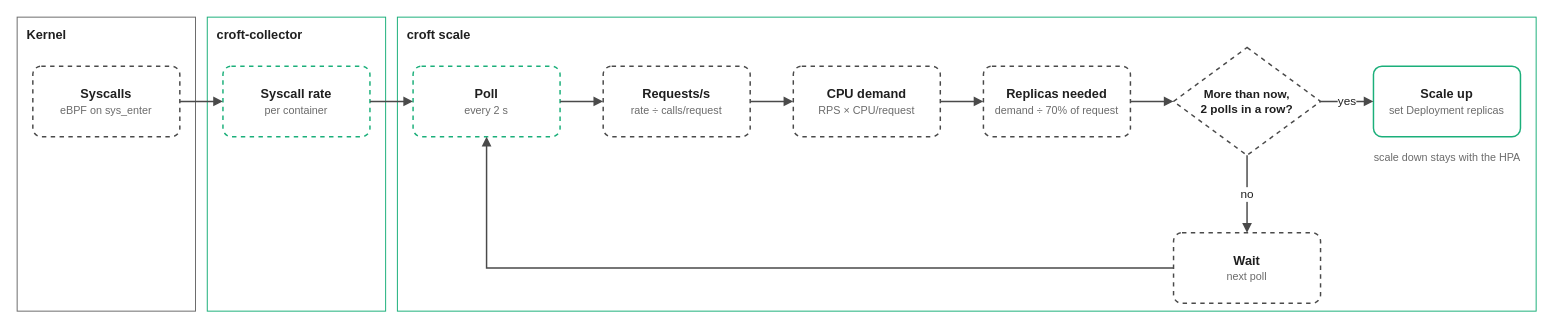
This is labs/research/experiment/assets/croft-flow.drawio from danielcristho/croft, a draw.io file, before an edit. Source tidied: cells renumbered, new cells numbered last; positions are measured from the earlier drawing's top-left corner, leaving out a move shared by most shapes. Both pictures are drawn from the tidied source at 98%, with x=0, y=0 at pixel (17, 17).
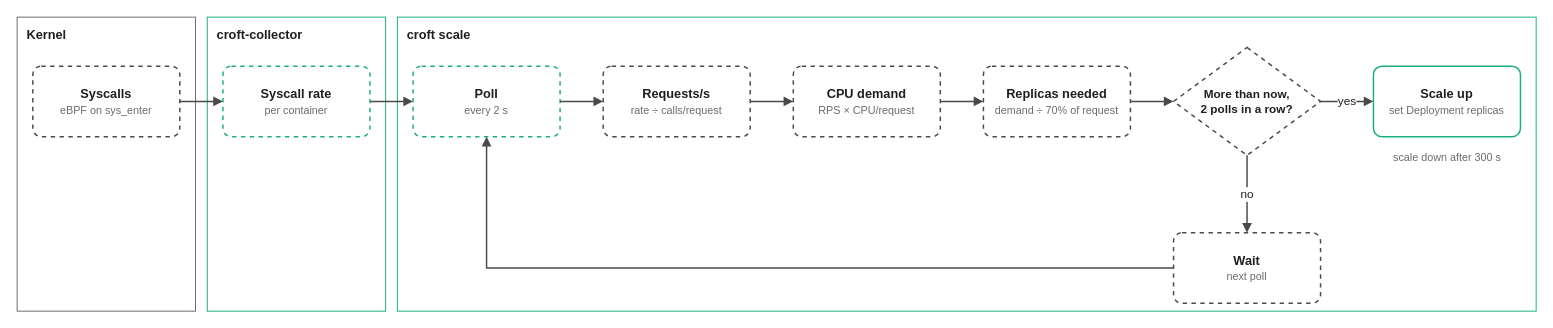
After the change.

Change to the diagram source:
```diff
@@
-    <mxCell id="14" value="&lt;span style=&quot;color:#6B6B6B&quot;&gt;scale down stays with the HPA&lt;/span&gt;" style="text;html=1;align=center;fontSize=11;" parent="1" vertex="1">
+    <mxCell id="14" value="&lt;span style=&quot;color:#6B6B6B&quot;&gt;scale down after 300 s&lt;/span&gt;" style="text;html=1;align=center;fontSize=11;" parent="1" vertex="1">
       <mxGeometry x="1384" y="130" width="150" height="20" as="geometry" />
     </mxCell>
```
